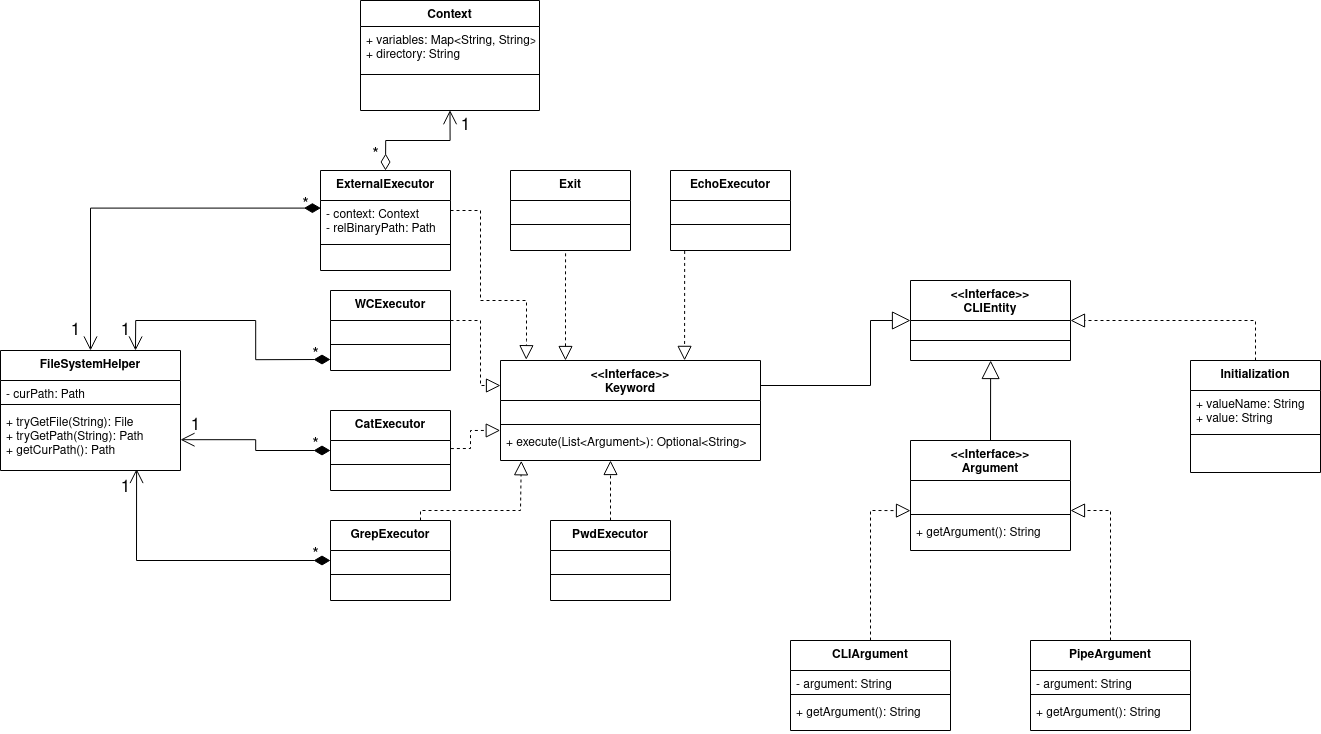
This is pictures/uml/UML_Hierarchy.png from margarita0303/superbash, a draw.io export, as it was before one commit. Source tidied: cells renumbered, new cells last; positions are measured from the earlier drawing's top-left corner, leaving out a move shared by most shapes.
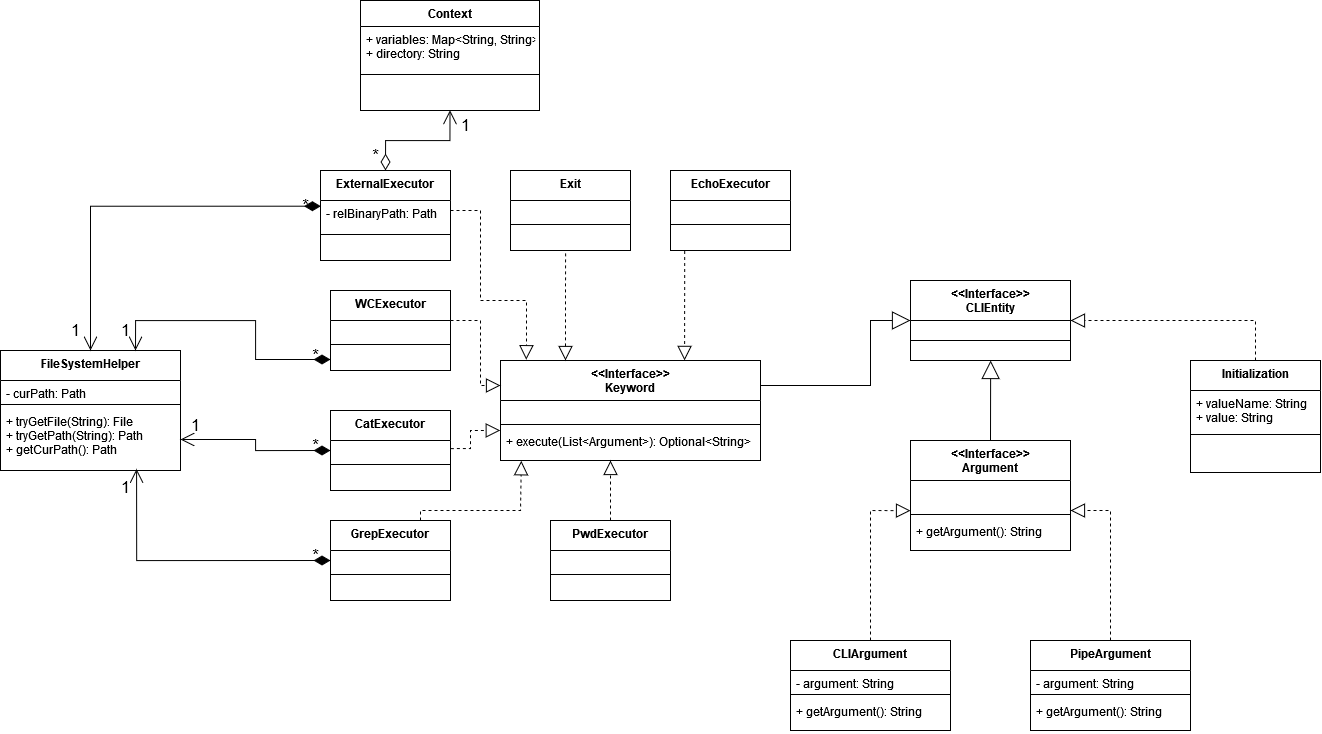
After the commit.

Commit message:
fix context issue diagram

The edit, as a diff of the source:
```diff
@@ -180,16 +180,16 @@
       </mxGeometry>
     </mxCell>
     <mxCell id="47" value="ExternalExecutor" style="swimlane;fontStyle=1;align=center;verticalAlign=top;horizontal=1;startSize=30;" parent="1" vertex="1">
-      <mxGeometry x="320" y="170" width="130" height="100" as="geometry" />
+      <mxGeometry x="320" y="170" width="130" height="90" as="geometry" />
     </mxCell>
-    <mxCell id="48" value="- context: Context&#10;- relBinaryPath: Path" style="text;strokeColor=none;fillColor=none;align=left;verticalAlign=top;spacingLeft=4;spacingRight=4;overflow=hidden;points=[[0,0.5],[1,0.5]];portConstraint=eastwest;" parent="47" vertex="1">
-      <mxGeometry y="30" width="130" height="40" as="geometry" />
+    <mxCell id="48" value="- relBinaryPath: Path" style="text;strokeColor=none;fillColor=none;align=left;verticalAlign=top;spacingLeft=4;spacingRight=4;overflow=hidden;points=[[0,0.5],[1,0.5]];portConstraint=eastwest;" parent="47" vertex="1">
+      <mxGeometry y="30" width="130" height="30" as="geometry" />
     </mxCell>
     <mxCell id="49" style="line;strokeWidth=1;fillColor=none;align=left;verticalAlign=middle;spacingTop=-1;spacingLeft=3;spacingRight=3;labelPosition=right;strokeColor=inherit;" parent="47" vertex="1">
-      <mxGeometry y="70" width="130" height="8" as="geometry" />
+      <mxGeometry y="60" width="130" height="8" as="geometry" />
     </mxCell>
     <mxCell id="50" value="&#10;" style="text;strokeColor=none;fillColor=none;align=left;verticalAlign=top;spacingLeft=4;spacingRight=4;overflow=hidden;" parent="47" vertex="1">
-      <mxGeometry y="78" width="130" height="22" as="geometry" />
+      <mxGeometry y="68" width="130" height="22" as="geometry" />
     </mxCell>
     <mxCell id="51" value="CatExecutor" style="swimlane;fontStyle=1;align=center;verticalAlign=top;horizontal=1;startSize=30;" parent="1" vertex="1">
       <mxGeometry x="330" y="410" width="120" height="80" as="geometry" />
```
